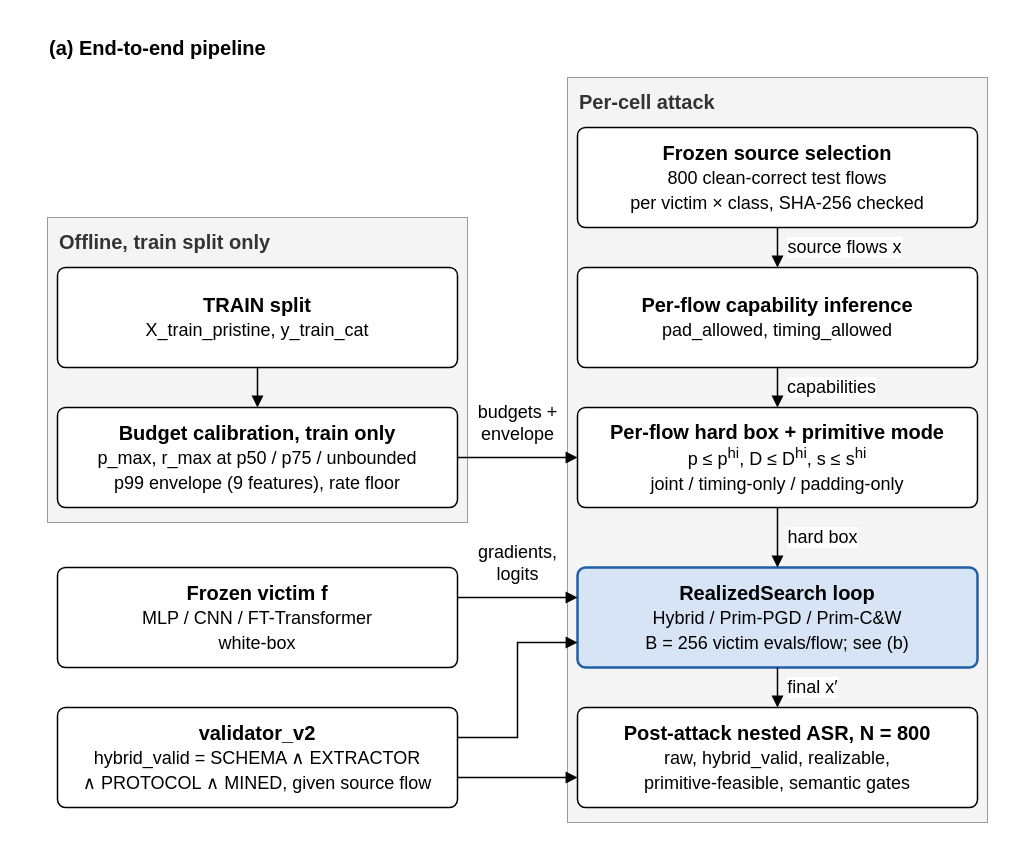
Earlier version of the draw.io diagram page "(a) End-to-end pipeline" (1 of 2) of docs/figures/primattack/primattack_architecture.drawio (altmiko/thesis). Source tidied: cells renumbered, new cells numbered last; positions are measured from the earlier drawing's top-left corner, leaving out a move shared by most shapes. Both pictures are drawn from the tidied source at 100%, with x=0, y=0 at pixel (17, 17).
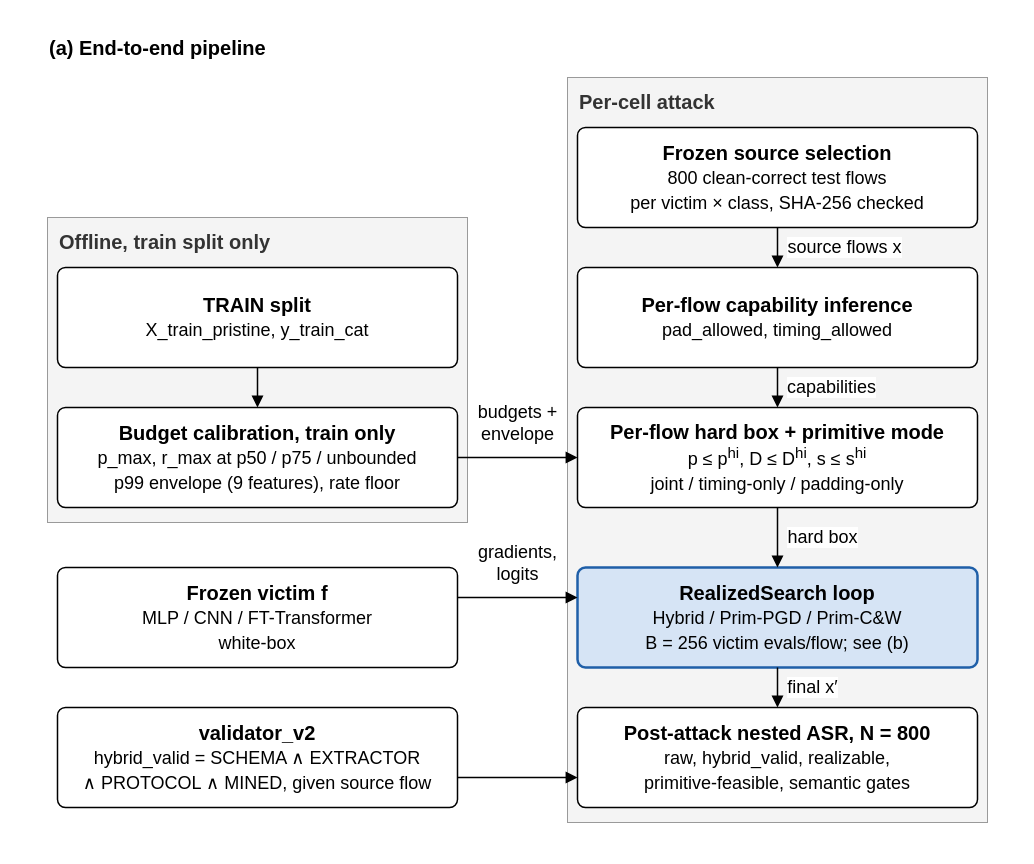
The same diagram, later.

The change refers to these unchanged cells:
```xml
<mxCell id="9" value="&lt;b&gt;validator_v2&lt;/b&gt;&lt;br&gt;&lt;span style=&quot;font-size:18px&quot;&gt;hybrid_valid = SCHEMA ∧ EXTRACTOR&lt;br&gt;∧ PROTOCOL ∧ MINED, given source flow&lt;/span&gt;" style="rounded=1;arcSize=8;whiteSpace=wrap;html=1;align=center;verticalAlign=middle;spacing=8;fontSize=20;fontFamily=Helvetica;fontColor=#000000;gradientColor=none;shadow=0;fillColor=#ffffff;strokeColor=#000000;strokeWidth=1.5;" parent="1" vertex="1">
  <mxGeometry x="40" y="690" width="400" height="100" as="geometry" />
</mxCell>
<mxCell id="13" value="&lt;b&gt;RealizedSearch loop&lt;/b&gt;&lt;br&gt;&lt;span style=&quot;font-size:18px&quot;&gt;Hybrid / Prim-PGD / Prim-C&amp;amp;W&lt;br&gt;B = 256 victim evals/flow; see (b)&lt;/span&gt;" style="rounded=1;arcSize=8;whiteSpace=wrap;html=1;align=center;verticalAlign=middle;spacing=8;fontSize=20;fontFamily=Helvetica;fontColor=#000000;gradientColor=none;shadow=0;fillColor=#d6e4f5;strokeColor=#1f5fa8;strokeWidth=2.5;" parent="5" vertex="1">
  <mxGeometry x="10" y="490" width="400" height="100" as="geometry" />
</mxCell>
```

Diff of the diagram source:
```diff
@@
-    <mxCell id="22" style="edgeStyle=orthogonalEdgeStyle;rounded=0;jettySize=auto;html=1;endArrow=block;endSize=8;endFill=1;strokeColor=#000000;strokeWidth=1.5;fontSize=18;fontColor=#000000;labelBackgroundColor=#ffffff;exitX=1;exitY=0.3;exitDx=0;exitDy=0;entryX=0;entryY=0.75;entryDx=0;entryDy=0;" parent="1" edge="1" source="9" target="13">
-      <mxGeometry relative="1" as="geometry">
-        <Array as="points">
-          <mxPoint x="500" y="720" />
-          <mxPoint x="500" y="625" />
-        </Array>
-      </mxGeometry>
-    </mxCell>
```
